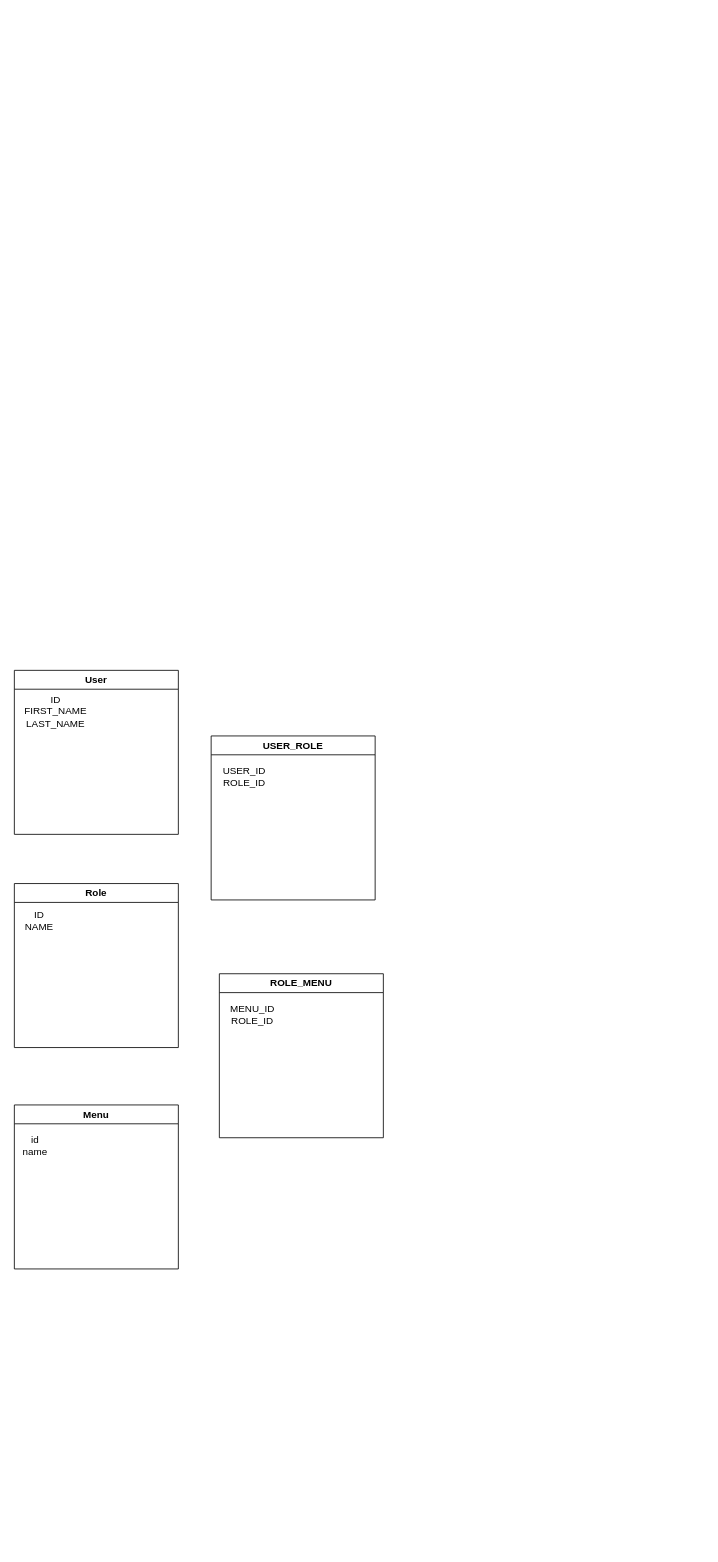
Above: Untitled Diagram.drawio in justaseaweed/temp (draw.io), before the change. Source tidied: cells renumbered, new cells numbered last; positions are measured from the earlier drawing's top-left corner, leaving out a move shared by most shapes. Both pictures are drawn from the tidied source at 82%, with x=0, y=0 at pixel (14, 670).
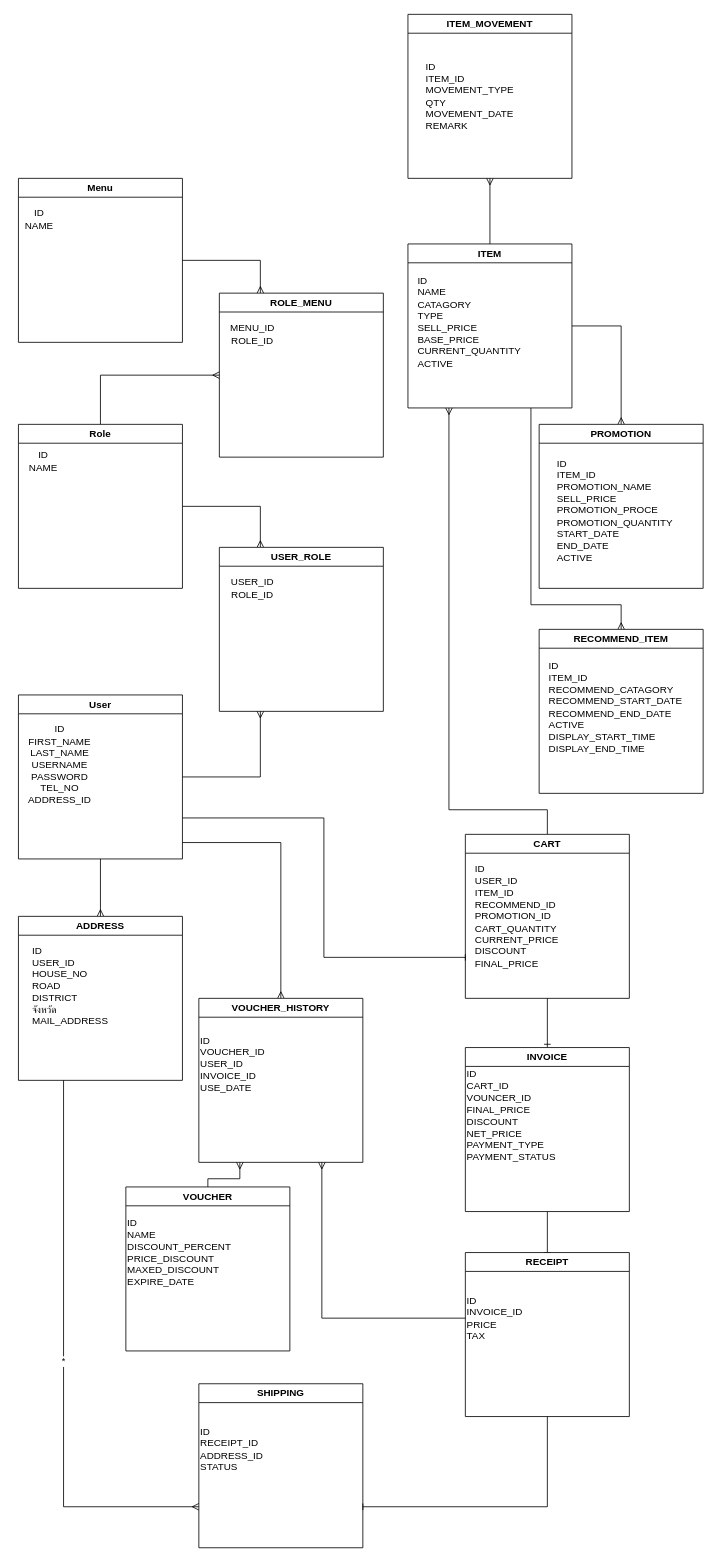
After the change.

Diff of the diagram source:
```diff
@@
+    <mxCell id="12" style="edgeStyle=orthogonalEdgeStyle;rounded=0;jettySize=auto;html=1;entryX=0.25;entryY=1;entryDx=0;entryDy=0;endArrow=ERmany;endFill=0;" parent="1" edge="1" source="2" target="10">
+      <mxGeometry relative="1" as="geometry" />
+    </mxCell>
+    <mxCell id="13" style="edgeStyle=orthogonalEdgeStyle;rounded=0;jettySize=auto;html=1;entryX=0;entryY=0.75;entryDx=0;entryDy=0;exitX=1;exitY=0.75;exitDx=0;exitDy=0;endArrow=baseDash;endFill=0;" parent="1" edge="1" source="2" target="32">
+      <mxGeometry relative="1" as="geometry" />
+    </mxCell>
+    <mxCell id="14" style="edgeStyle=orthogonalEdgeStyle;rounded=0;jettySize=auto;html=1;endArrow=ERmany;endFill=0;" parent="1" edge="1" source="2" target="37">
+      <mxGeometry relative="1" as="geometry">
+        <Array as="points">
+          <mxPoint x="325" y="210" />
+        </Array>
+      </mxGeometry>
+    </mxCell>
+    <mxCell id="15" style="edgeStyle=orthogonalEdgeStyle;rounded=0;jettySize=auto;html=1;exitX=0.5;exitY=1;exitDx=0;exitDy=0;entryX=0.5;entryY=0;entryDx=0;entryDy=0;endArrow=ERmany;endFill=0;" parent="1" edge="1" source="2" target="49">
+      <mxGeometry relative="1" as="geometry" />
+    </mxCell>
     <mxCell id="2" value="User" style="swimlane;whiteSpace=wrap;html=1;" parent="1" vertex="1">
-      <mxGeometry width="200" height="200" as="geometry" />
+      <mxGeometry x="5" y="30" width="200" height="200" as="geometry" />
     </mxCell>
-    <mxCell id="3" value="ID&lt;br&gt;FIRST_NAME&lt;br&gt;LAST_NAME" style="text;html=1;align=center;verticalAlign=middle;strokeColor=none;fillColor=none;" parent="2" vertex="1">
-      <mxGeometry y="20" width="100" height="60" as="geometry" />
+    <mxCell id="3" value="ID&lt;br&gt;FIRST_NAME&lt;br&gt;LAST_NAME&lt;br&gt;USERNAME&lt;br&gt;PASSWORD&lt;br&gt;TEL_NO&lt;br&gt;ADDRESS_ID" style="text;html=1;align=center;verticalAlign=middle;strokeColor=none;fillColor=none;" parent="2" vertex="1">
+      <mxGeometry y="30" width="100" height="110" as="geometry" />
     </mxCell>
+    <mxCell id="16" style="edgeStyle=orthogonalEdgeStyle;rounded=0;jettySize=auto;html=1;entryX=0.25;entryY=0;entryDx=0;entryDy=0;endArrow=ERmany;endFill=0;" parent="1" edge="1" source="4" target="10">
+      <mxGeometry relative="1" as="geometry" />
+    </mxCell>
+    <mxCell id="17" style="edgeStyle=orthogonalEdgeStyle;rounded=0;jettySize=auto;html=1;entryX=0;entryY=0.5;entryDx=0;entryDy=0;exitX=0.5;exitY=0;exitDx=0;exitDy=0;endArrow=ERmany;endFill=0;" parent="1" edge="1" source="4" target="8">
+      <mxGeometry relative="1" as="geometry" />
+    </mxCell>
     <mxCell id="4" value="Role" style="swimlane;whiteSpace=wrap;html=1;" parent="1" vertex="1">
-      <mxGeometry y="260" width="200" height="200" as="geometry" />
+      <mxGeometry x="5" y="-300" width="200" height="200" as="geometry" />
     </mxCell>
@@
+    <mxCell id="18" style="edgeStyle=orthogonalEdgeStyle;rounded=0;jettySize=auto;html=1;entryX=0.25;entryY=0;entryDx=0;entryDy=0;endArrow=ERmany;endFill=0;" parent="1" edge="1" source="6" target="8">
+      <mxGeometry relative="1" as="geometry" />
+    </mxCell>
     <mxCell id="6" value="Menu" style="swimlane;whiteSpace=wrap;html=1;" parent="1" vertex="1">
-      <mxGeometry y="530" width="200" height="200" as="geometry" />
+      <mxGeometry x="5" y="-600" width="200" height="200" as="geometry" />
     </mxCell>
-    <mxCell id="7" value="id&lt;br&gt;name" style="text;html=1;align=center;verticalAlign=middle;strokeColor=none;fillColor=none;" parent="6" vertex="1">
-      <mxGeometry y="30" width="50" height="40" as="geometry" />
+    <mxCell id="7" value="ID&lt;br&gt;NAME" style="text;html=1;align=center;verticalAlign=middle;strokeColor=none;fillColor=none;" parent="6" vertex="1">
+      <mxGeometry x="-5" y="30" width="60" height="40" as="geometry" />
     </mxCell>
     <mxCell id="8" value="ROLE_MENU" style="swimlane;whiteSpace=wrap;html=1;" parent="1" vertex="1">
-      <mxGeometry x="250" y="370" width="200" height="200" as="geometry" />
+      <mxGeometry x="250" y="-460" width="200" height="200" as="geometry" />
     </mxCell>
@@
     <mxCell id="10" value="USER_ROLE" style="swimlane;whiteSpace=wrap;html=1;" parent="1" vertex="1">
-      <mxGeometry x="240" y="80" width="200" height="200" as="geometry" />
+      <mxGeometry x="250" y="-150" width="200" height="200" as="geometry" />
     </mxCell>
@@
+    <mxCell id="19" style="edgeStyle=orthogonalEdgeStyle;rounded=0;jettySize=auto;html=1;entryX=0.5;entryY=1;entryDx=0;entryDy=0;endArrow=ERmany;endFill=0;" parent="1" edge="1" source="22" target="24">
+      <mxGeometry relative="1" as="geometry" />
+    </mxCell>
+    <mxCell id="20" style="edgeStyle=orthogonalEdgeStyle;rounded=0;jettySize=auto;html=1;entryX=0.5;entryY=0;entryDx=0;entryDy=0;exitX=1;exitY=0.5;exitDx=0;exitDy=0;endArrow=ERmany;endFill=0;" parent="1" edge="1" source="22" target="28">
+      <mxGeometry relative="1" as="geometry" />
+    </mxCell>
+    <mxCell id="21" style="edgeStyle=orthogonalEdgeStyle;rounded=0;jettySize=auto;html=1;endArrow=ERmany;endFill=0;entryX=0.5;entryY=0;entryDx=0;entryDy=0;exitX=0.75;exitY=1;exitDx=0;exitDy=0;" parent="1" edge="1" source="22" target="26">
+      <mxGeometry relative="1" as="geometry">
+        <Array as="points">
+          <mxPoint x="630" y="-80" />
+          <mxPoint x="740" y="-80" />
+        </Array>
+      </mxGeometry>
+    </mxCell>
+    <mxCell id="22" value="ITEM" style="swimlane;whiteSpace=wrap;html=1;" parent="1" vertex="1">
+      <mxGeometry x="480" y="-520" width="200" height="200" as="geometry" />
+    </mxCell>
+    <mxCell id="23" value="ID&lt;br&gt;NAME&lt;br&gt;CATAGORY&lt;br&gt;TYPE&lt;br&gt;SELL_PRICE&lt;br&gt;BASE_PRICE&lt;br&gt;CURRENT_QUANTITY&lt;br&gt;ACTIVE" style="text;html=1;align=left;verticalAlign=middle;strokeColor=none;fillColor=none;" parent="22" vertex="1">
+      <mxGeometry x="10" y="30" width="150" height="130" as="geometry" />
+    </mxCell>
+    <mxCell id="24" value="ITEM_MOVEMENT" style="swimlane;whiteSpace=wrap;html=1;" parent="1" vertex="1">
+      <mxGeometry x="480" y="-800" width="200" height="200" as="geometry" />
+    </mxCell>
+    <mxCell id="25" value="ID&lt;br&gt;ITEM_ID&lt;br&gt;MOVEMENT_TYPE&lt;br&gt;QTY&lt;br&gt;MOVEMENT_DATE&lt;br&gt;REMARK&lt;br&gt;" style="text;html=1;align=left;verticalAlign=middle;strokeColor=none;fillColor=none;" parent="24" vertex="1">
+      <mxGeometry x="20" y="50" width="130" height="100" as="geometry" />
+    </mxCell>
+    <mxCell id="26" value="RECOMMEND_ITEM" style="swimlane;whiteSpace=wrap;html=1;" parent="1" vertex="1">
+      <mxGeometry x="640" y="-50" width="200" height="200" as="geometry" />
+    </mxCell>
+    <mxCell id="27" value="ID&lt;br&gt;ITEM_ID&lt;br&gt;RECOMMEND_CATAGORY&lt;br&gt;RECOMMEND_START_DATE&lt;br&gt;RECOMMEND_END_DATE&lt;br&gt;ACTIVE&lt;br&gt;DISPLAY_START_TIME&lt;br&gt;DISPLAY_END_TIME" style="text;html=1;align=left;verticalAlign=middle;strokeColor=none;fillColor=none;" parent="26" vertex="1">
+      <mxGeometry x="10" y="30" width="190" height="130" as="geometry" />
+    </mxCell>
+    <mxCell id="28" value="PROMOTION" style="swimlane;whiteSpace=wrap;html=1;" parent="1" vertex="1">
+      <mxGeometry x="640" y="-300" width="200" height="200" as="geometry" />
+    </mxCell>
+    <mxCell id="29" value="ID&lt;br&gt;ITEM_ID&lt;br&gt;PROMOTION_NAME&lt;br&gt;SELL_PRICE&lt;br&gt;PROMOTION_PROCE&lt;br&gt;PROMOTION_QUANTITY&lt;br&gt;START_DATE&lt;br&gt;END_DATE&lt;br&gt;ACTIVE" style="text;html=1;align=left;verticalAlign=middle;strokeColor=none;fillColor=none;" parent="28" vertex="1">
+      <mxGeometry x="20" y="35" width="160" height="140" as="geometry" />
+    </mxCell>
+    <mxCell id="30" style="edgeStyle=orthogonalEdgeStyle;rounded=0;jettySize=auto;html=1;entryX=0.5;entryY=0;entryDx=0;entryDy=0;endArrow=ERone;endFill=0;" parent="1" edge="1" source="32" target="40">
+      <mxGeometry relative="1" as="geometry" />
+    </mxCell>
+    <mxCell id="31" style="edgeStyle=orthogonalEdgeStyle;rounded=0;jettySize=auto;html=1;entryX=0.25;entryY=1;entryDx=0;entryDy=0;endArrow=ERmany;endFill=0;" parent="1" edge="1" source="32" target="22">
+      <mxGeometry relative="1" as="geometry">
+        <Array as="points">
+          <mxPoint x="650" y="170" />
+          <mxPoint x="530" y="170" />
+        </Array>
+      </mxGeometry>
+    </mxCell>
+    <mxCell id="32" value="CART" style="swimlane;whiteSpace=wrap;html=1;startSize=23;" parent="1" vertex="1">
+      <mxGeometry x="550" y="200" width="200" height="200" as="geometry" />
+    </mxCell>
+    <mxCell id="33" value="ID&lt;br&gt;USER_ID&lt;br&gt;ITEM_ID&lt;br&gt;RECOMMEND_ID&lt;br&gt;PROMOTION_ID&lt;br&gt;CART_QUANTITY&lt;br&gt;CURRENT_PRICE&lt;br&gt;DISCOUNT&lt;br&gt;FINAL_PRICE" style="text;html=1;align=left;verticalAlign=middle;strokeColor=none;fillColor=none;" parent="32" vertex="1">
+      <mxGeometry x="10" y="30" width="130" height="140" as="geometry" />
+    </mxCell>
+    <mxCell id="34" style="edgeStyle=orthogonalEdgeStyle;rounded=0;jettySize=auto;html=1;entryX=0.25;entryY=1;entryDx=0;entryDy=0;endArrow=ERmany;endFill=0;" parent="1" edge="1" source="35" target="37">
+      <mxGeometry relative="1" as="geometry">
+        <Array as="points">
+          <mxPoint x="236" y="620" />
+          <mxPoint x="275" y="620" />
+        </Array>
+      </mxGeometry>
+    </mxCell>
+    <mxCell id="35" value="VOUCHER" style="swimlane;whiteSpace=wrap;html=1;startSize=23;" parent="1" vertex="1">
+      <mxGeometry x="136" y="630" width="200" height="200" as="geometry" />
+    </mxCell>
+    <mxCell id="36" value="ID&lt;br&gt;NAME&lt;br&gt;DISCOUNT_PERCENT&lt;br&gt;PRICE_DISCOUNT&lt;br&gt;MAXED_DISCOUNT&lt;br&gt;EXPIRE_DATE&lt;br&gt;" style="text;html=1;align=left;verticalAlign=middle;strokeColor=none;fillColor=none;" parent="35" vertex="1">
+      <mxGeometry y="30" width="150" height="100" as="geometry" />
+    </mxCell>
+    <mxCell id="37" value="VOUCHER_HISTORY" style="swimlane;whiteSpace=wrap;html=1;" parent="1" vertex="1">
+      <mxGeometry x="225" y="400" width="200" height="200" as="geometry" />
+    </mxCell>
+    <mxCell id="38" value="ID&lt;br&gt;VOUCHER_ID&lt;br&gt;USER_ID&lt;br&gt;INVOICE_ID&lt;br&gt;USE_DATE" style="text;html=1;align=left;verticalAlign=middle;strokeColor=none;fillColor=none;" parent="37" vertex="1">
+      <mxGeometry y="35" width="100" height="90" as="geometry" />
+    </mxCell>
+    <mxCell id="39" style="edgeStyle=orthogonalEdgeStyle;rounded=0;jettySize=auto;html=1;entryX=0.5;entryY=0;entryDx=0;entryDy=0;endArrow=baseDash;endFill=0;" parent="1" edge="1" source="40" target="43">
+      <mxGeometry relative="1" as="geometry" />
+    </mxCell>
+    <mxCell id="40" value="INVOICE" style="swimlane;whiteSpace=wrap;html=1;" parent="1" vertex="1">
+      <mxGeometry x="550" y="460" width="200" height="200" as="geometry" />
+    </mxCell>
+    <mxCell id="41" value="ID&lt;br&gt;CART_ID&lt;br&gt;VOUNCER_ID&lt;br&gt;FINAL_PRICE&lt;br&gt;DISCOUNT&lt;br&gt;NET_PRICE&lt;br&gt;PAYMENT_TYPE&lt;br&gt;PAYMENT_STATUS" style="text;html=1;align=left;verticalAlign=middle;strokeColor=none;fillColor=none;" parent="40" vertex="1">
+      <mxGeometry y="18" width="130" height="130" as="geometry" />
+    </mxCell>
+    <mxCell id="42" style="edgeStyle=orthogonalEdgeStyle;rounded=0;jettySize=auto;html=1;entryX=1;entryY=0.75;entryDx=0;entryDy=0;endArrow=baseDash;endFill=0;" parent="1" edge="1" source="43" target="46">
+      <mxGeometry relative="1" as="geometry">
+        <Array as="points">
+          <mxPoint x="650" y="1020" />
+        </Array>
+      </mxGeometry>
+    </mxCell>
+    <mxCell id="43" value="RECEIPT" style="swimlane;whiteSpace=wrap;html=1;" parent="1" vertex="1">
+      <mxGeometry x="550" y="710" width="200" height="200" as="geometry" />
+    </mxCell>
+    <mxCell id="44" value="ID&lt;br&gt;INVOICE_ID&lt;br&gt;PRICE&lt;br&gt;TAX" style="text;html=1;align=left;verticalAlign=middle;points=[];strokeColor=none;fillColor=none;" parent="43" vertex="1">
+      <mxGeometry y="45" width="90" height="70" as="geometry" />
+    </mxCell>
+    <mxCell id="45" style="edgeStyle=orthogonalEdgeStyle;rounded=0;jettySize=auto;html=1;entryX=0.75;entryY=1;entryDx=0;entryDy=0;endArrow=ERmany;endFill=0;" parent="1" edge="1" source="44" target="37">
+      <mxGeometry relative="1" as="geometry" />
+    </mxCell>
+    <mxCell id="46" value="SHIPPING" style="swimlane;whiteSpace=wrap;html=1;" parent="1" vertex="1">
+      <mxGeometry x="225" y="870" width="200" height="200" as="geometry" />
+    </mxCell>
+    <mxCell id="47" value="ID&lt;br&gt;RECEIPT_ID&lt;br&gt;ADDRESS_ID&lt;br&gt;STATUS" style="text;html=1;align=left;verticalAlign=middle;strokeColor=none;fillColor=none;" parent="46" vertex="1">
+      <mxGeometry y="45" width="100" height="70" as="geometry" />
+    </mxCell>
+    <mxCell id="48" value="*" style="edgeStyle=orthogonalEdgeStyle;rounded=0;jettySize=auto;html=1;entryX=0;entryY=0.75;entryDx=0;entryDy=0;endArrow=ERmany;endFill=0;" parent="1" edge="1" source="49" target="46">
+      <mxGeometry relative="1" as="geometry">
+        <Array as="points">
+          <mxPoint x="60" y="1020" />
+        </Array>
+      </mxGeometry>
+    </mxCell>
+    <mxCell id="49" value="ADDRESS" style="swimlane;whiteSpace=wrap;html=1;" parent="1" vertex="1">
+      <mxGeometry x="5" y="300" width="200" height="200" as="geometry" />
+    </mxCell>
+    <mxCell id="50" value="ID&lt;br&gt;USER_ID&lt;br&gt;HOUSE_NO&lt;br&gt;ROAD&lt;br&gt;DISTRICT&lt;br&gt;จังหวัด&lt;br&gt;MAIL_ADDRESS" style="text;html=1;align=left;verticalAlign=middle;strokeColor=none;fillColor=none;" parent="49" vertex="1">
+      <mxGeometry x="15" y="30" width="120" height="110" as="geometry" />
+    </mxCell>
```
